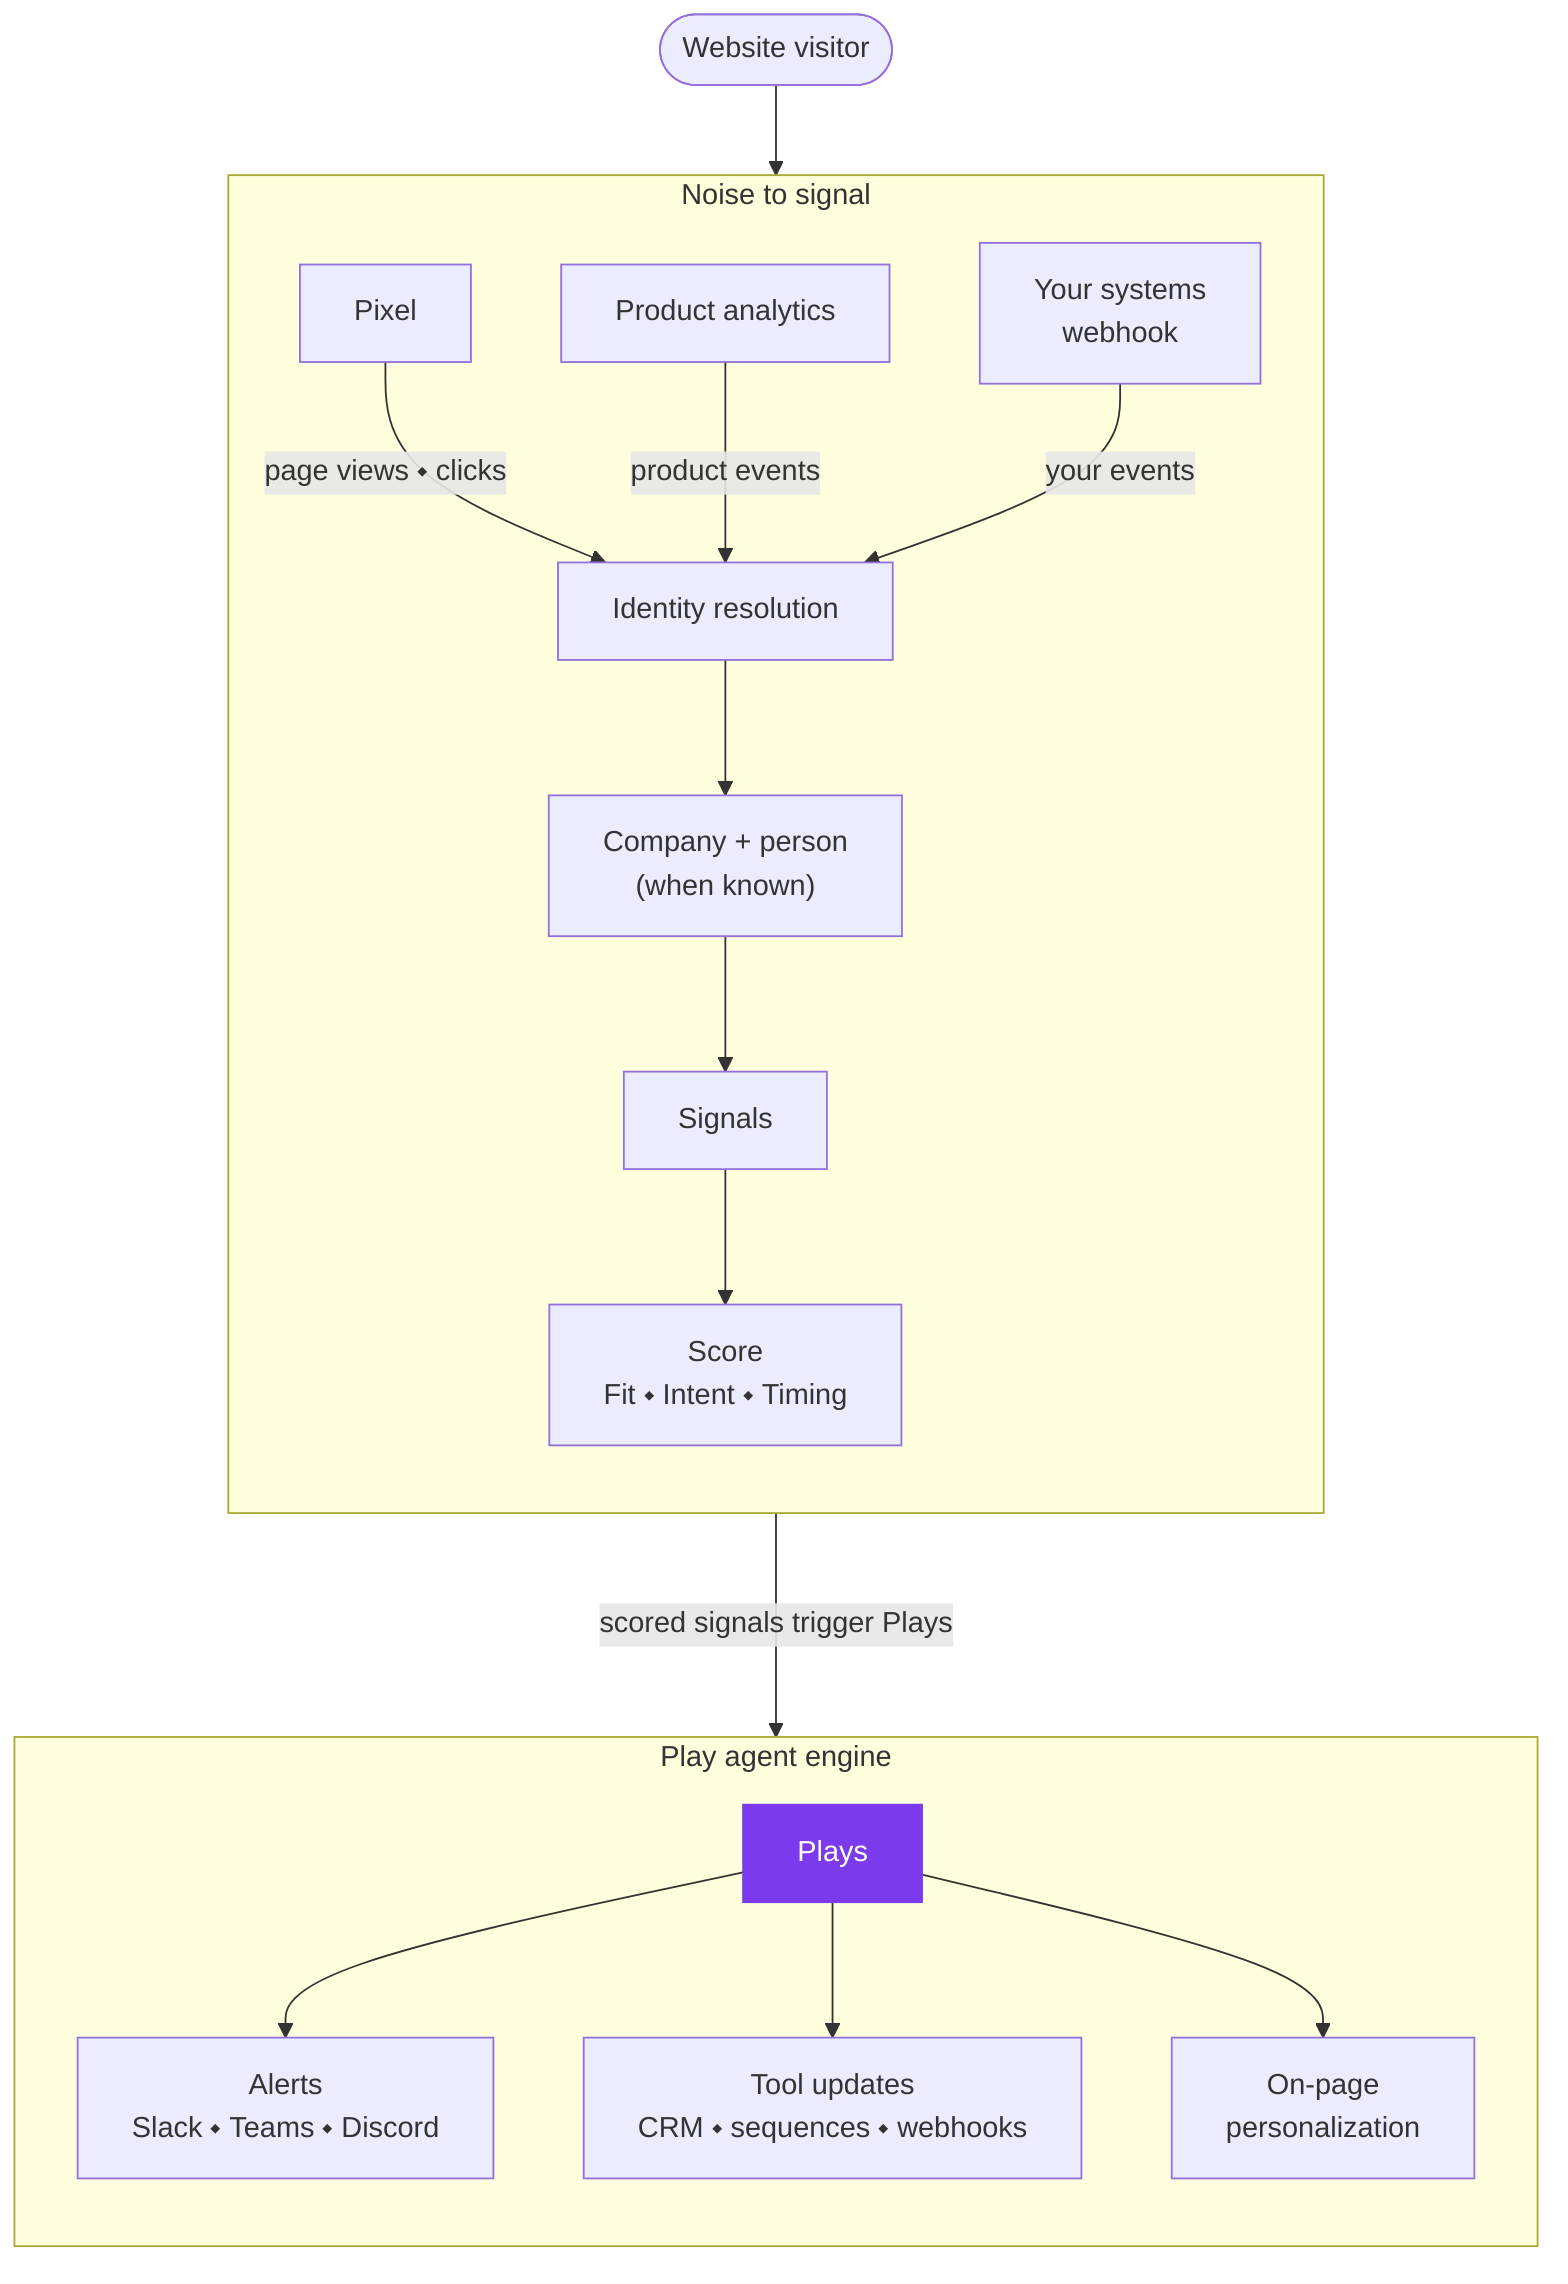
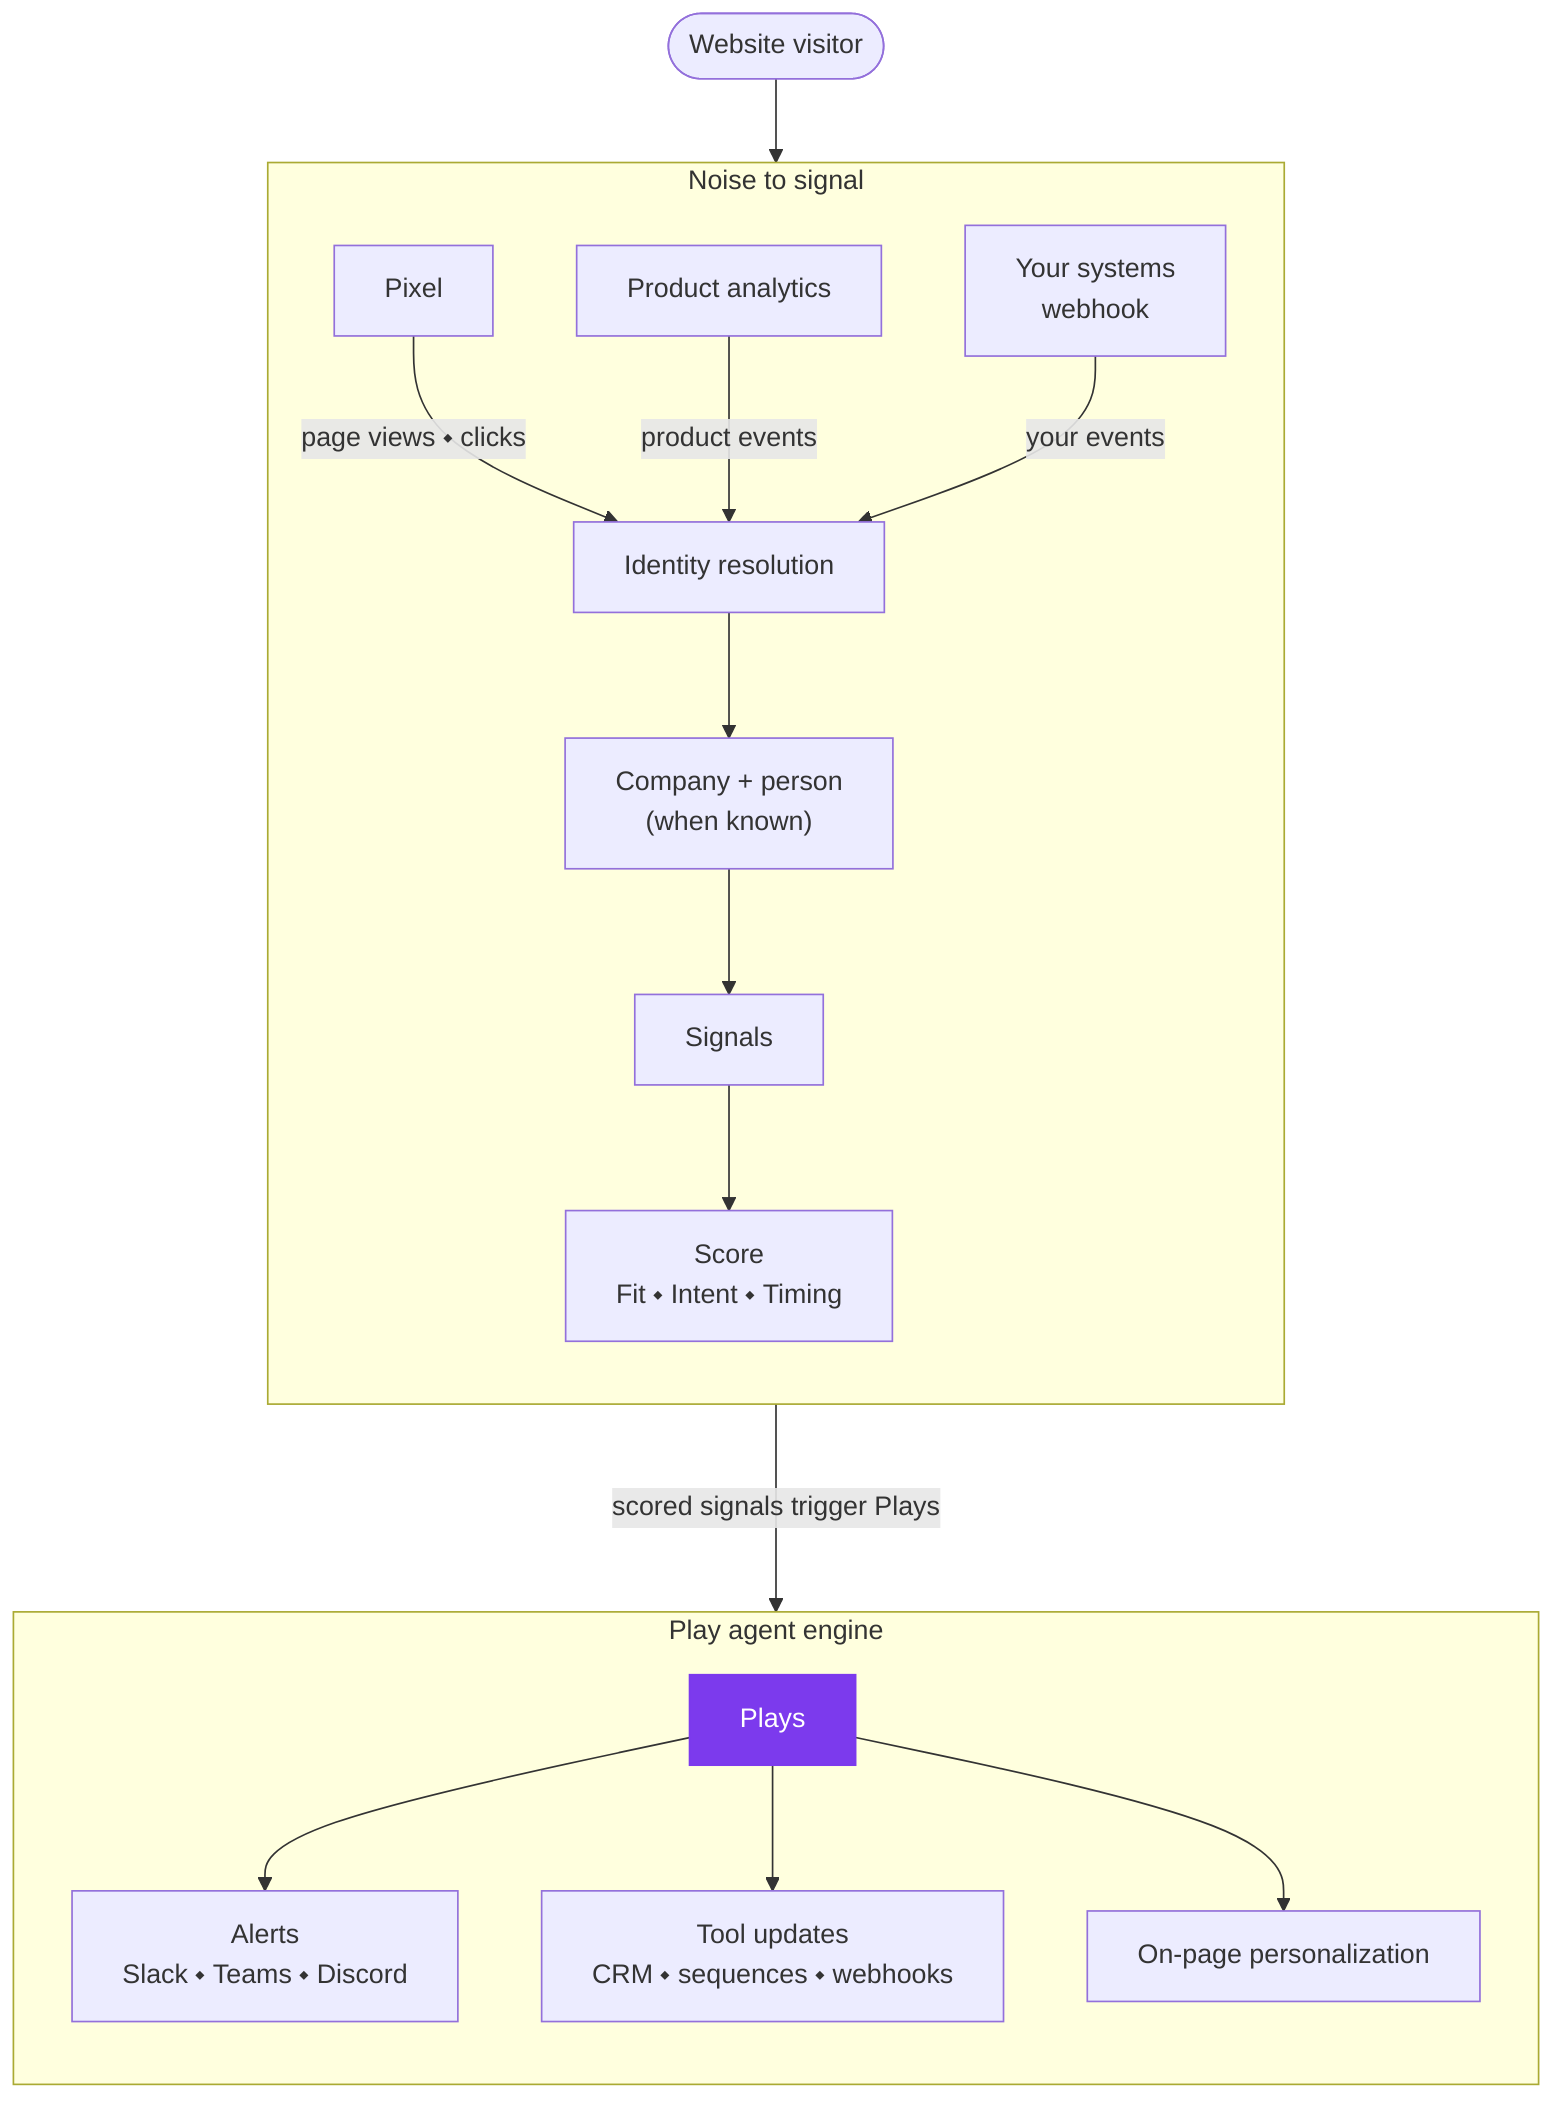
flowchart TB
    V([Website visitor]) --> P
    subgraph NS ["Noise to signal"]
        direction TB
        P[Pixel] -->|"page views ⬩ clicks"| ID[Identity resolution]
        PH[Product analytics] -->|"product events"| ID
        WH[Your systems<br/>webhook] -->|"your events"| ID
        ID --> CO["Company + person<br/>(when known)"]
        CO --> S[Signals]
        S --> SC["Score<br/>Fit&nbsp;⬩&nbsp;Intent&nbsp;⬩&nbsp;Timing"]
    end
    subgraph PE ["Play agent engine"]
        direction TB
        PL[Plays]:::accent --> O1["Alerts<br/>Slack&nbsp;⬩&nbsp;Teams&nbsp;⬩&nbsp;Discord"]
        PL --> O2["Tool updates<br/>CRM&nbsp;⬩&nbsp;sequences&nbsp;⬩&nbsp;webhooks"]
-         PL --> O3[On-page<br/>personalization]
+         PL --> O3["On-page personalization"]
    end
    SC --->|"scored signals trigger Plays"| PL
    classDef accent fill:#7C3AED,stroke:#7C3AED,color:#FFFFFF
